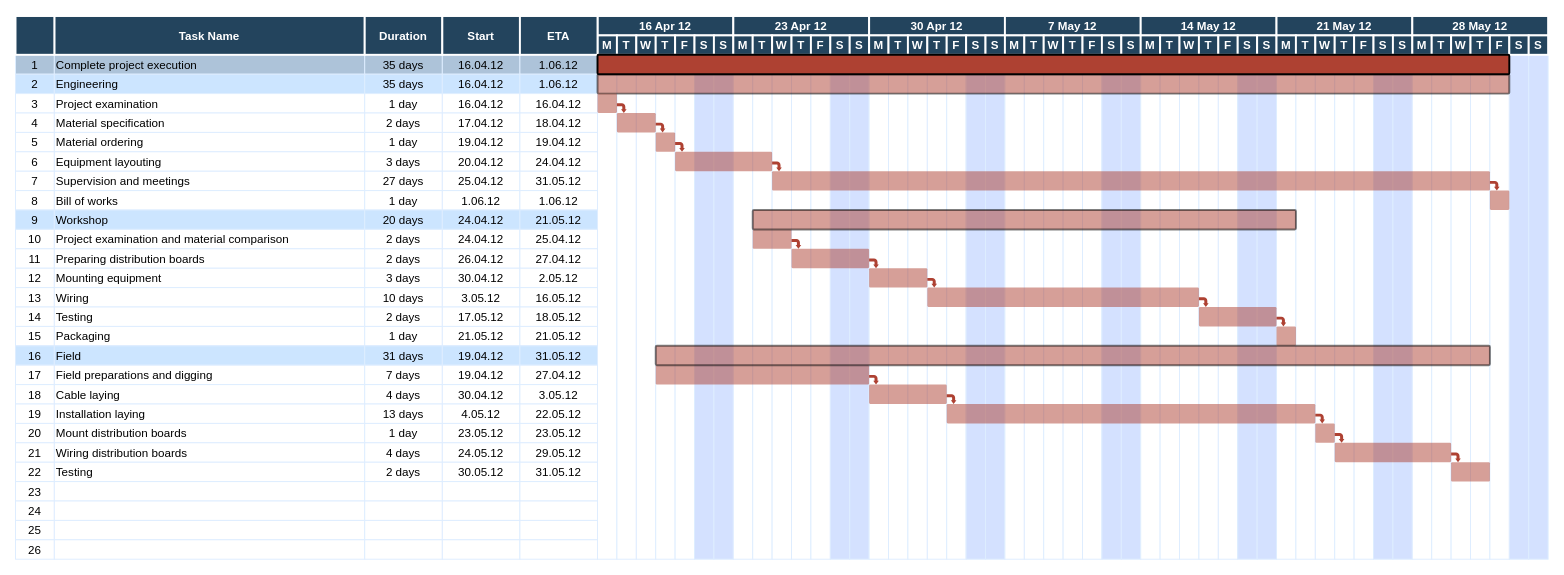
Earlier version of the draw.io diagram Diagrama sin título.drawio (vickrepe/diagramProject). Source tidied: cells renumbered, new cells numbered last; positions are measured from the earlier drawing's top-left corner, leaving out a move shared by most shapes. Both pictures are drawn from the tidied source at 97%, with x=0, y=0 at pixel (15, 16).
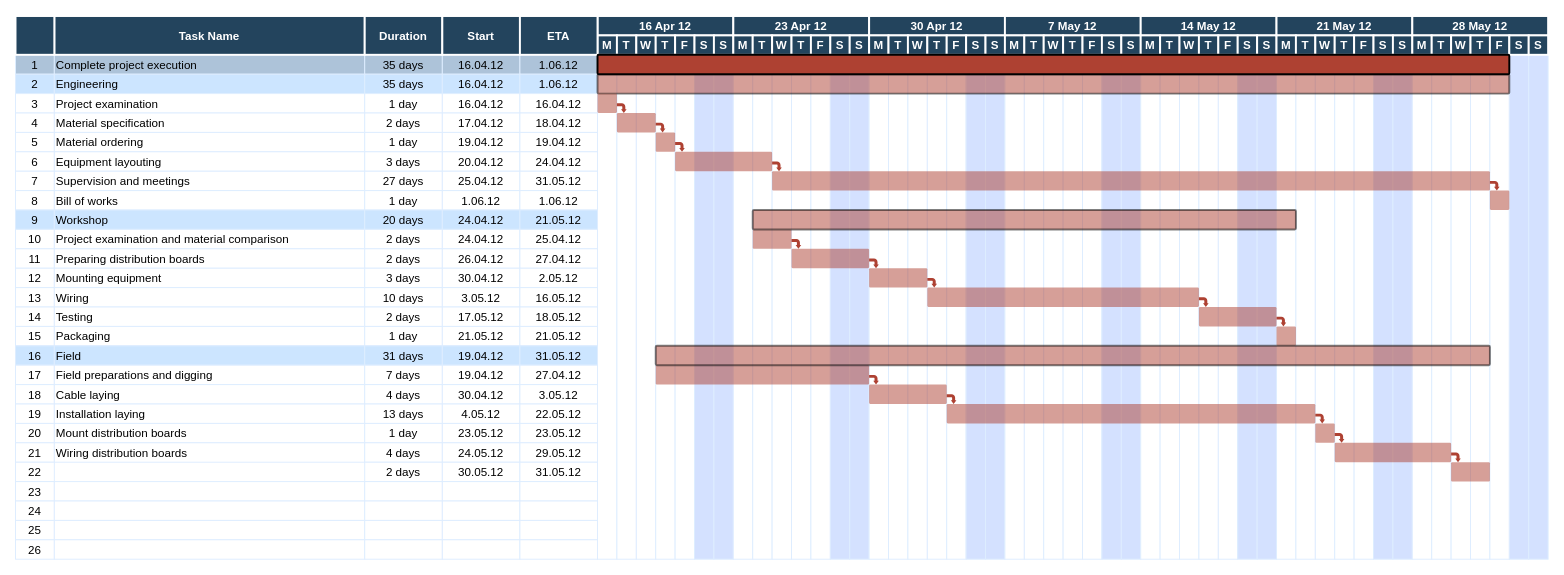
The same diagram, later.

What changed in the source:
```diff
@@
-    <mxCell id="109" value="Testing" style="align=left;strokeColor=#DEEDFF;" parent="1" vertex="1">
-      <mxGeometry x="40.5" y="460" width="320" height="20" as="geometry" />
-    </mxCell>
```
